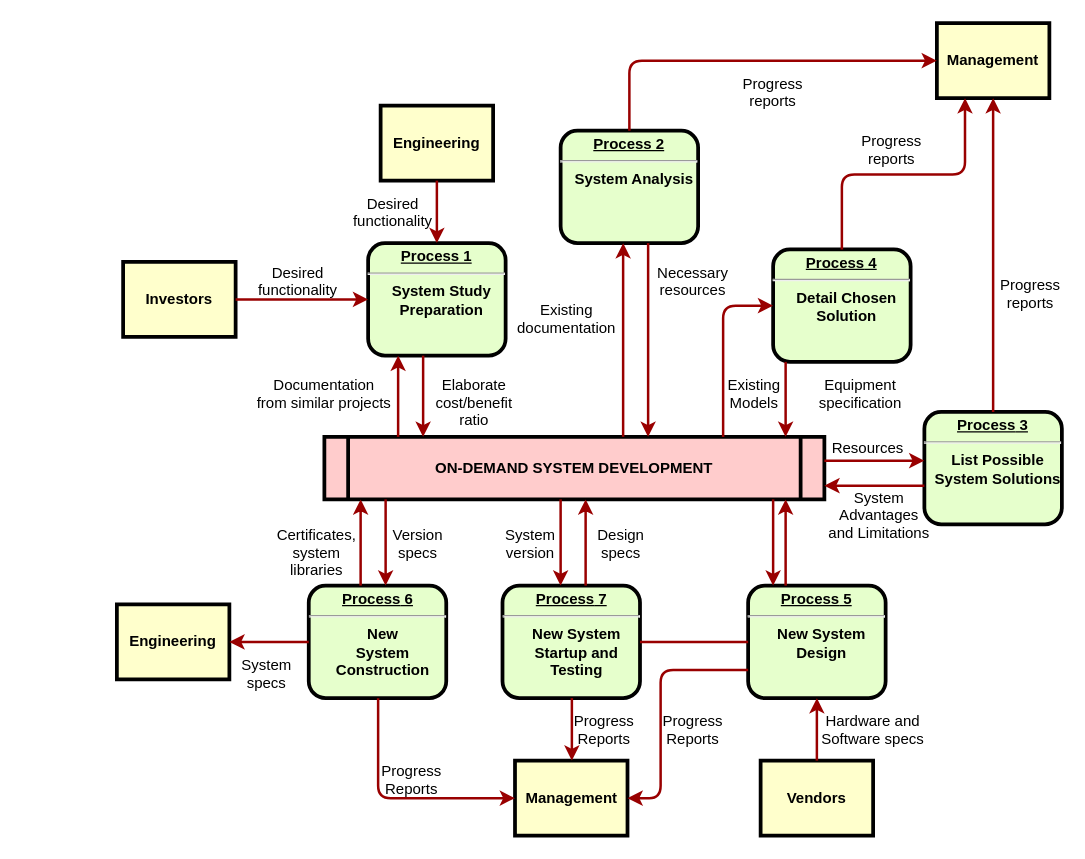
Earlier version of the draw.io diagram 未命名绘图.drawio (laxMax/GitLearning). Source tidied: cells renumbered, new cells numbered last; positions are measured from the earlier drawing's top-left corner, leaving out a move shared by most shapes. Both pictures are drawn from the tidied source at 125%, with x=0, y=0 at pixel (116, 22).
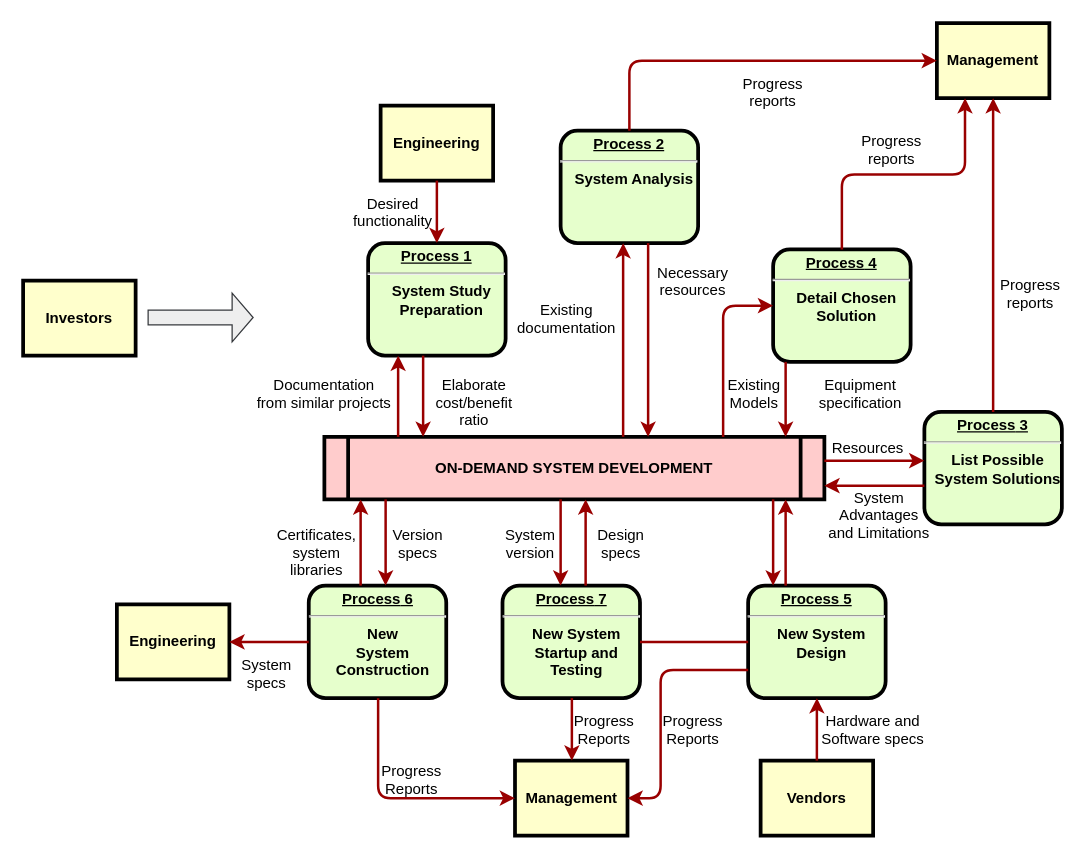
The same diagram, later.

Commit message:
0919硕士开题技术线路.drawio

The change refers to these unchanged cells:
```xml
<mxCell id="2" value="&lt;p style=&quot;margin: 0px; margin-top: 4px; text-align: center; text-decoration: underline;&quot;&gt;&lt;strong&gt;Process 1&lt;br /&gt;&lt;/strong&gt;&lt;/p&gt;&lt;hr /&gt;&lt;p style=&quot;margin: 0px; margin-left: 8px;&quot;&gt;System Study&lt;/p&gt;&lt;p style=&quot;margin: 0px; margin-left: 8px;&quot;&gt;Preparation&lt;/p&gt;" style="verticalAlign=middle;align=center;overflow=fill;fontSize=12;fontFamily=Helvetica;html=1;rounded=1;fontStyle=1;strokeWidth=3;fillColor=#E6FFCC;" parent="1" vertex="1">
  <mxGeometry x="201" y="176" width="110" height="90" as="geometry" />
</mxCell>
```

Change to the diagram source:
```diff
@@
     <mxCell id="4" value="Investors" style="whiteSpace=wrap;align=center;verticalAlign=middle;fontStyle=1;strokeWidth=3;fillColor=#FFFFCC;" parent="1" vertex="1">
-      <mxGeometry x="5" y="191" width="90" height="60" as="geometry" />
+      <mxGeometry x="-75" y="206" width="90" height="60" as="geometry" />
     </mxCell>
@@
-    <mxCell id="16" style="edgeStyle=none;noEdgeStyle=1;strokeColor=#990000;strokeWidth=2;" parent="1" edge="1" source="4" target="2">
-      <mxGeometry relative="1" as="geometry" />
-    </mxCell>
@@
-    <mxCell id="19" value="Desired &#10;functionality" style="text;spacingTop=-5;align=center;" parent="1" vertex="1">
-      <mxGeometry x="130" y="191" width="30" height="20" as="geometry" />
-    </mxCell>
@@
+    <mxCell id="63" style="shape=singleArrow;whiteSpace=wrap;html=1;fillColor=#eeeeee;strokeColor=#36393d;" parent="1" vertex="1">
+      <mxGeometry x="25" y="216" width="84" height="39" as="geometry" />
+    </mxCell>
```
